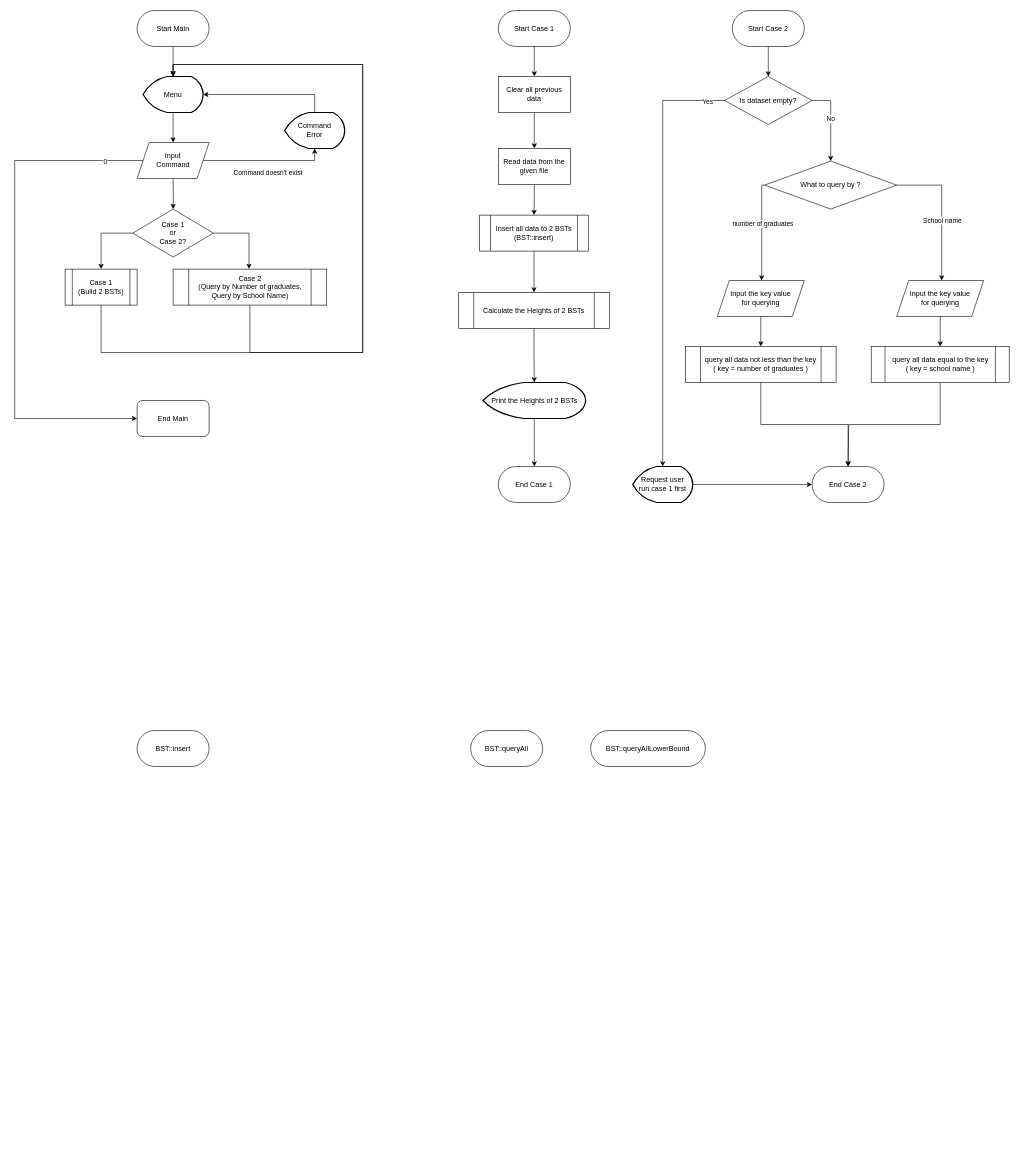
Above: DS1ex4_19_11127137_11127152/DS1ex4流程圖.drawio in ja-errorpro/CYCS_DS (draw.io), before the change. Source tidied: cells renumbered, new cells numbered last; positions are measured from the earlier drawing's top-left corner, leaving out a move shared by most shapes. Both pictures are drawn from the tidied source at 60%, with x=0, y=0 at pixel (14, 10).
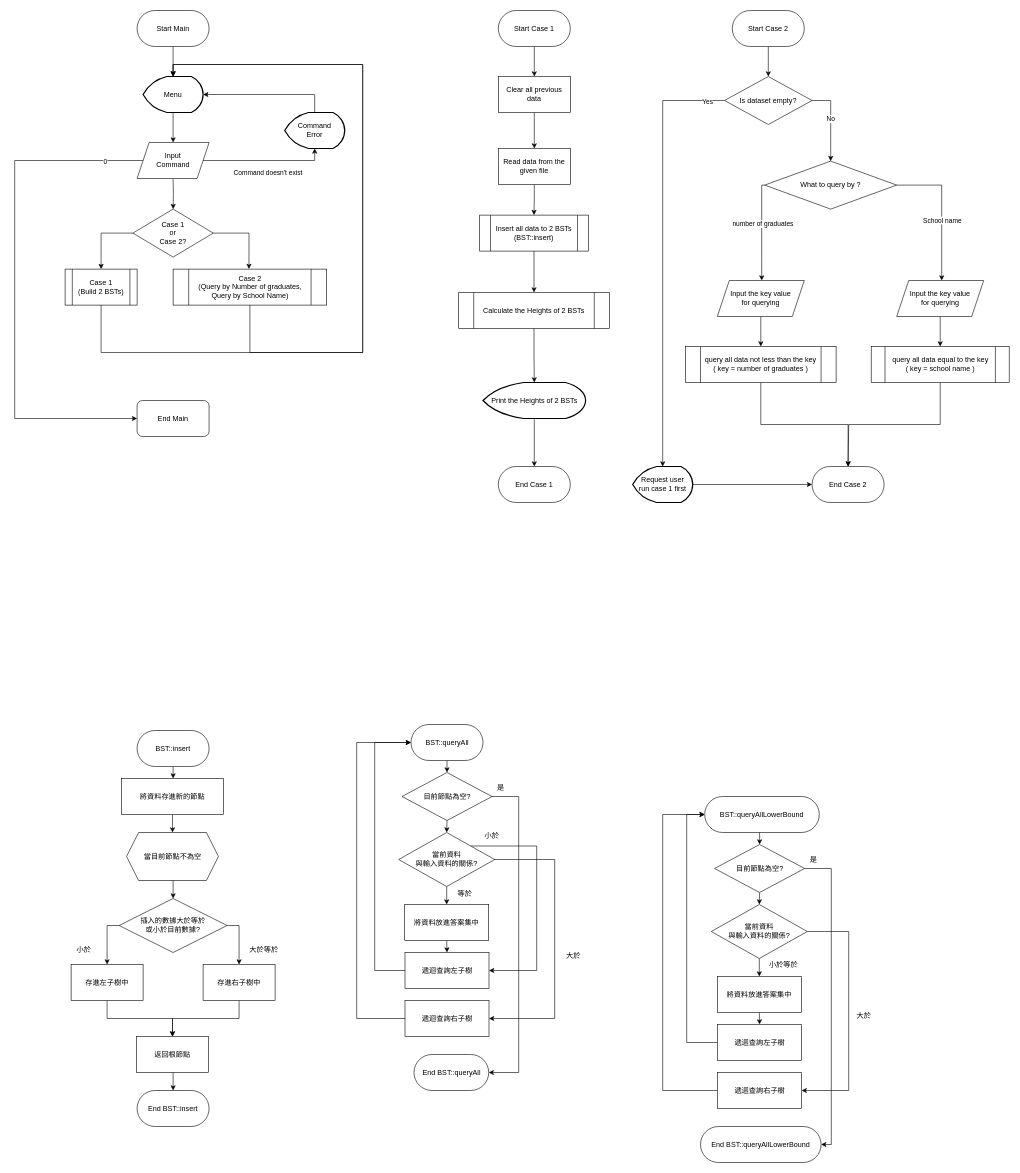
After the change.

Commit message (it also covers changes not shown here):
流程圖新增queryAll and querylowerbound

The change refers to these unchanged cells:
```xml
<mxCell id="35" value="BST::insert" style="rounded=1;whiteSpace=wrap;html=1;arcSize=50;" parent="1" vertex="1">
  <mxGeometry x="204" y="1200" width="120" height="60" as="geometry" />
</mxCell>
```

Change to the diagram source:
```diff
@@
+    <mxCell id="61" style="edgeStyle=orthogonalEdgeStyle;rounded=0;jettySize=auto;html=1;exitX=0.5;exitY=1;exitDx=0;exitDy=0;entryX=0.5;entryY=0;entryDx=0;entryDy=0;" parent="1" edge="1" source="35">
+      <mxGeometry relative="1" as="geometry">
+        <mxPoint x="264" y="1280" as="targetPoint" />
+      </mxGeometry>
+    </mxCell>
@@
+    <mxCell id="62" style="edgeStyle=orthogonalEdgeStyle;rounded=0;jettySize=auto;html=1;exitX=0.5;exitY=1;exitDx=0;exitDy=0;entryX=0.5;entryY=0;entryDx=0;entryDy=0;" parent="1" edge="1" source="36" target="80">
+      <mxGeometry relative="1" as="geometry" />
+    </mxCell>
     <mxCell id="36" value="BST::queryAll" style="rounded=1;whiteSpace=wrap;html=1;arcSize=50;" parent="1" vertex="1">
-      <mxGeometry x="760" y="1200" width="120" height="60" as="geometry" />
+      <mxGeometry x="660.5" y="1190" width="120" height="60" as="geometry" />
     </mxCell>
     <mxCell id="37" value="BST::queryAllLowerBound" style="rounded=1;whiteSpace=wrap;html=1;arcSize=50;" parent="1" vertex="1">
-      <mxGeometry x="960" y="1200" width="191" height="60" as="geometry" />
+      <mxGeometry x="1150" y="1310" width="191" height="60" as="geometry" />
     </mxCell>
@@
+    <mxCell id="63" style="edgeStyle=orthogonalEdgeStyle;rounded=0;jettySize=auto;html=1;exitX=0.5;exitY=1;exitDx=0;exitDy=0;entryX=0.5;entryY=0;entryDx=0;entryDy=0;" parent="1" edge="1" source="64" target="69">
+      <mxGeometry relative="1" as="geometry" />
+    </mxCell>
+    <mxCell id="64" value="將資料存進新的節點" style="rounded=0;whiteSpace=wrap;html=1;" parent="1" vertex="1">
+      <mxGeometry x="178" y="1280" width="170" height="60" as="geometry" />
+    </mxCell>
+    <mxCell id="65" style="edgeStyle=orthogonalEdgeStyle;rounded=0;jettySize=auto;html=1;exitX=0;exitY=0.5;exitDx=0;exitDy=0;entryX=0.5;entryY=0;entryDx=0;entryDy=0;" parent="1" edge="1" source="67" target="71">
+      <mxGeometry relative="1" as="geometry" />
+    </mxCell>
+    <mxCell id="66" style="edgeStyle=orthogonalEdgeStyle;rounded=0;jettySize=auto;html=1;exitX=1;exitY=0.5;exitDx=0;exitDy=0;" parent="1" edge="1" source="67" target="73">
+      <mxGeometry relative="1" as="geometry" />
+    </mxCell>
+    <mxCell id="67" value="插入的數據大於等於&lt;br&gt;或小於目前數據?" style="rhombus;whiteSpace=wrap;html=1;" parent="1" vertex="1">
+      <mxGeometry x="174" y="1480" width="180" height="90" as="geometry" />
+    </mxCell>
+    <mxCell id="68" style="edgeStyle=orthogonalEdgeStyle;rounded=0;jettySize=auto;html=1;exitX=0.5;exitY=1;exitDx=0;exitDy=0;entryX=0.5;entryY=0;entryDx=0;entryDy=0;" parent="1" edge="1" source="69" target="67">
+      <mxGeometry relative="1" as="geometry" />
+    </mxCell>
+    <mxCell id="69" value="當目前節點不為空" style="shape=hexagon;perimeter=hexagonPerimeter2;whiteSpace=wrap;html=1;fixedSize=1;" parent="1" vertex="1">
+      <mxGeometry x="186.5" y="1370" width="153" height="80" as="geometry" />
+    </mxCell>
+    <mxCell id="70" style="edgeStyle=orthogonalEdgeStyle;rounded=0;jettySize=auto;html=1;exitX=0.5;exitY=1;exitDx=0;exitDy=0;" parent="1" edge="1" source="71" target="77">
+      <mxGeometry relative="1" as="geometry">
+        <Array as="points">
+          <mxPoint x="154" y="1680" />
+          <mxPoint x="263" y="1680" />
+        </Array>
+      </mxGeometry>
+    </mxCell>
+    <mxCell id="71" value="存進左子樹中" style="whiteSpace=wrap;html=1;" parent="1" vertex="1">
+      <mxGeometry x="94" y="1590" width="120" height="60" as="geometry" />
+    </mxCell>
+    <mxCell id="72" style="edgeStyle=orthogonalEdgeStyle;rounded=0;jettySize=auto;html=1;exitX=0.5;exitY=1;exitDx=0;exitDy=0;entryX=0.5;entryY=0;entryDx=0;entryDy=0;" parent="1" edge="1" source="73" target="77">
+      <mxGeometry relative="1" as="geometry">
+        <Array as="points">
+          <mxPoint x="374" y="1680" />
+          <mxPoint x="263" y="1680" />
+        </Array>
+      </mxGeometry>
+    </mxCell>
+    <mxCell id="73" value="存進右子樹中" style="whiteSpace=wrap;html=1;" parent="1" vertex="1">
+      <mxGeometry x="314" y="1590" width="120" height="60" as="geometry" />
+    </mxCell>
+    <mxCell id="74" value="大於等於" style="text;html=1;align=center;verticalAlign=middle;strokeColor=none;fillColor=none;" parent="1" vertex="1">
+      <mxGeometry x="380" y="1550" width="70" height="30" as="geometry" />
+    </mxCell>
+    <mxCell id="75" value="小於" style="text;html=1;align=center;verticalAlign=middle;strokeColor=none;fillColor=none;" parent="1" vertex="1">
+      <mxGeometry x="90" y="1550" width="50" height="30" as="geometry" />
+    </mxCell>
+    <mxCell id="76" style="edgeStyle=orthogonalEdgeStyle;rounded=0;jettySize=auto;html=1;exitX=0.5;exitY=1;exitDx=0;exitDy=0;entryX=0.5;entryY=0;entryDx=0;entryDy=0;" parent="1" edge="1" source="77">
+      <mxGeometry relative="1" as="geometry">
+        <mxPoint x="264" y="1800" as="targetPoint" />
+      </mxGeometry>
+    </mxCell>
+    <mxCell id="77" value="返回根節點" style="whiteSpace=wrap;html=1;" parent="1" vertex="1">
+      <mxGeometry x="203" y="1710" width="120" height="60" as="geometry" />
+    </mxCell>
+    <mxCell id="78" style="edgeStyle=orthogonalEdgeStyle;rounded=0;jettySize=auto;html=1;exitX=0.5;exitY=1;exitDx=0;exitDy=0;entryX=0.5;entryY=0;entryDx=0;entryDy=0;" parent="1" edge="1" source="80" target="87">
+      <mxGeometry relative="1" as="geometry" />
+    </mxCell>
+    <mxCell id="79" style="edgeStyle=orthogonalEdgeStyle;rounded=0;jettySize=auto;html=1;exitX=1;exitY=0.5;exitDx=0;exitDy=0;entryX=1;entryY=0.5;entryDx=0;entryDy=0;" parent="1" edge="1" source="80" target="82">
+      <mxGeometry relative="1" as="geometry">
+        <Array as="points">
+          <mxPoint x="840" y="1310" />
+          <mxPoint x="840" y="1770" />
+        </Array>
+      </mxGeometry>
+    </mxCell>
+    <mxCell id="80" value="目前節點為空?" style="rhombus;whiteSpace=wrap;html=1;" parent="1" vertex="1">
+      <mxGeometry x="645.5" y="1270" width="150" height="80" as="geometry" />
+    </mxCell>
+    <mxCell id="81" value="End BST::insert" style="rounded=1;whiteSpace=wrap;html=1;arcSize=50;" parent="1" vertex="1">
+      <mxGeometry x="204" y="1800" width="120" height="60" as="geometry" />
+    </mxCell>
+    <mxCell id="82" value="End BST::queryAll" style="rounded=1;whiteSpace=wrap;html=1;arcSize=50;" parent="1" vertex="1">
+      <mxGeometry x="665.5" y="1740" width="124.5" height="60" as="geometry" />
+    </mxCell>
+    <mxCell id="83" value="是" style="text;html=1;align=center;verticalAlign=middle;strokeColor=none;fillColor=none;" parent="1" vertex="1">
+      <mxGeometry x="790" y="1280" width="40" height="30" as="geometry" />
+    </mxCell>
+    <mxCell id="84" style="edgeStyle=orthogonalEdgeStyle;rounded=0;jettySize=auto;html=1;exitX=0.5;exitY=1;exitDx=0;exitDy=0;entryX=0.5;entryY=0;entryDx=0;entryDy=0;" parent="1" edge="1" source="87" target="89">
+      <mxGeometry relative="1" as="geometry" />
+    </mxCell>
+    <mxCell id="85" style="edgeStyle=orthogonalEdgeStyle;rounded=0;jettySize=auto;html=1;exitX=1;exitY=0;exitDx=0;exitDy=0;entryX=1;entryY=0.5;entryDx=0;entryDy=0;" parent="1" edge="1" source="87" target="92">
+      <mxGeometry relative="1" as="geometry">
+        <Array as="points">
+          <mxPoint x="870" y="1392" />
+          <mxPoint x="870" y="1600" />
+        </Array>
+      </mxGeometry>
+    </mxCell>
+    <mxCell id="86" style="edgeStyle=orthogonalEdgeStyle;rounded=0;jettySize=auto;html=1;exitX=1;exitY=1;exitDx=0;exitDy=0;entryX=1;entryY=0.5;entryDx=0;entryDy=0;" parent="1" edge="1" source="87" target="94">
+      <mxGeometry relative="1" as="geometry">
+        <Array as="points">
+          <mxPoint x="760" y="1415" />
+          <mxPoint x="900" y="1415" />
+          <mxPoint x="900" y="1680" />
+        </Array>
+      </mxGeometry>
+    </mxCell>
+    <mxCell id="87" value="當前資料&lt;br&gt;與輸入資料的關係?" style="rhombus;whiteSpace=wrap;html=1;" parent="1" vertex="1">
+      <mxGeometry x="640" y="1370" width="160" height="90" as="geometry" />
+    </mxCell>
+    <mxCell id="88" style="edgeStyle=orthogonalEdgeStyle;rounded=0;jettySize=auto;html=1;exitX=0.5;exitY=1;exitDx=0;exitDy=0;entryX=0.5;entryY=0;entryDx=0;entryDy=0;" parent="1" edge="1" source="89" target="92">
+      <mxGeometry relative="1" as="geometry" />
+    </mxCell>
+    <mxCell id="89" value="將資料放進答案集中" style="rounded=0;whiteSpace=wrap;html=1;" parent="1" vertex="1">
+      <mxGeometry x="650" y="1490" width="140" height="60" as="geometry" />
+    </mxCell>
+    <mxCell id="90" value="等於" style="text;html=1;align=center;verticalAlign=middle;strokeColor=none;fillColor=none;" parent="1" vertex="1">
+      <mxGeometry x="725" y="1457" width="50" height="30" as="geometry" />
+    </mxCell>
+    <mxCell id="91" style="edgeStyle=orthogonalEdgeStyle;rounded=0;jettySize=auto;html=1;exitX=0;exitY=0.5;exitDx=0;exitDy=0;entryX=0;entryY=0.5;entryDx=0;entryDy=0;" parent="1" edge="1" source="92" target="36">
+      <mxGeometry relative="1" as="geometry">
+        <Array as="points">
+          <mxPoint x="600" y="1600" />
+          <mxPoint x="600" y="1220" />
+        </Array>
+      </mxGeometry>
+    </mxCell>
+    <mxCell id="92" value="遞迴查詢左子樹" style="rounded=0;whiteSpace=wrap;html=1;" parent="1" vertex="1">
+      <mxGeometry x="650.5" y="1570" width="140" height="60" as="geometry" />
+    </mxCell>
+    <mxCell id="93" style="edgeStyle=orthogonalEdgeStyle;rounded=0;jettySize=auto;html=1;exitX=0;exitY=0.5;exitDx=0;exitDy=0;entryX=0;entryY=0.5;entryDx=0;entryDy=0;" parent="1" edge="1" source="94" target="36">
+      <mxGeometry relative="1" as="geometry">
+        <Array as="points">
+          <mxPoint x="570" y="1680" />
+          <mxPoint x="570" y="1220" />
+        </Array>
+      </mxGeometry>
+    </mxCell>
+    <mxCell id="94" value="遞迴查詢右子樹" style="rounded=0;whiteSpace=wrap;html=1;" parent="1" vertex="1">
+      <mxGeometry x="650.5" y="1650" width="140" height="60" as="geometry" />
+    </mxCell>
+    <mxCell id="95" value="小於" style="text;html=1;align=center;verticalAlign=middle;strokeColor=none;fillColor=none;" parent="1" vertex="1">
+      <mxGeometry x="770" y="1360" width="50" height="30" as="geometry" />
+    </mxCell>
+    <mxCell id="96" value="大於" style="text;html=1;align=center;verticalAlign=middle;strokeColor=none;fillColor=none;" parent="1" vertex="1">
+      <mxGeometry x="906" y="1560" width="50" height="30" as="geometry" />
+    </mxCell>
+    <mxCell id="97" style="edgeStyle=orthogonalEdgeStyle;rounded=0;jettySize=auto;html=1;exitX=0.5;exitY=1;exitDx=0;exitDy=0;entryX=0.5;entryY=0;entryDx=0;entryDy=0;" parent="1" edge="1" target="100">
+      <mxGeometry relative="1" as="geometry">
+        <mxPoint x="1241.5" y="1370" as="sourcePoint" />
+      </mxGeometry>
+    </mxCell>
+    <mxCell id="98" style="edgeStyle=orthogonalEdgeStyle;rounded=0;jettySize=auto;html=1;exitX=0.5;exitY=1;exitDx=0;exitDy=0;entryX=0.5;entryY=0;entryDx=0;entryDy=0;" parent="1" edge="1" source="100" target="105">
+      <mxGeometry relative="1" as="geometry" />
+    </mxCell>
+    <mxCell id="99" style="edgeStyle=orthogonalEdgeStyle;rounded=0;jettySize=auto;html=1;exitX=1;exitY=0.5;exitDx=0;exitDy=0;entryX=1;entryY=0.5;entryDx=0;entryDy=0;" parent="1" edge="1" source="100" target="101">
+      <mxGeometry relative="1" as="geometry">
+        <Array as="points">
+          <mxPoint x="1361" y="1430" />
+          <mxPoint x="1361" y="1890" />
+        </Array>
+      </mxGeometry>
+    </mxCell>
+    <mxCell id="100" value="目前節點為空?" style="rhombus;whiteSpace=wrap;html=1;" parent="1" vertex="1">
+      <mxGeometry x="1166.5" y="1390" width="150" height="80" as="geometry" />
+    </mxCell>
+    <mxCell id="101" value="End BST::queryAllLowerBound" style="rounded=1;whiteSpace=wrap;html=1;arcSize=50;" parent="1" vertex="1">
+      <mxGeometry x="1143" y="1860" width="201" height="60" as="geometry" />
+    </mxCell>
+    <mxCell id="102" value="是" style="text;html=1;align=center;verticalAlign=middle;strokeColor=none;fillColor=none;" parent="1" vertex="1">
+      <mxGeometry x="1311" y="1400" width="40" height="30" as="geometry" />
+    </mxCell>
+    <mxCell id="103" style="edgeStyle=orthogonalEdgeStyle;rounded=0;jettySize=auto;html=1;exitX=0.5;exitY=1;exitDx=0;exitDy=0;entryX=0.5;entryY=0;entryDx=0;entryDy=0;" parent="1" edge="1" source="105" target="107">
+      <mxGeometry relative="1" as="geometry" />
+    </mxCell>
+    <mxCell id="104" style="edgeStyle=orthogonalEdgeStyle;rounded=0;jettySize=auto;html=1;exitX=1;exitY=0.5;exitDx=0;exitDy=0;entryX=1;entryY=0.5;entryDx=0;entryDy=0;" parent="1" edge="1" source="105" target="112">
+      <mxGeometry relative="1" as="geometry">
+        <Array as="points">
+          <mxPoint x="1390" y="1535" />
+          <mxPoint x="1390" y="1800" />
+        </Array>
+      </mxGeometry>
+    </mxCell>
+    <mxCell id="105" value="當前資料&lt;br&gt;與輸入資料的關係?" style="rhombus;whiteSpace=wrap;html=1;" parent="1" vertex="1">
+      <mxGeometry x="1161" y="1490" width="160" height="90" as="geometry" />
+    </mxCell>
+    <mxCell id="106" style="edgeStyle=orthogonalEdgeStyle;rounded=0;jettySize=auto;html=1;exitX=0.5;exitY=1;exitDx=0;exitDy=0;entryX=0.5;entryY=0;entryDx=0;entryDy=0;" parent="1" edge="1" source="107" target="110">
+      <mxGeometry relative="1" as="geometry" />
+    </mxCell>
+    <mxCell id="107" value="將資料放進答案集中" style="rounded=0;whiteSpace=wrap;html=1;" parent="1" vertex="1">
+      <mxGeometry x="1171" y="1610" width="140" height="60" as="geometry" />
+    </mxCell>
+    <mxCell id="108" value="小於等於" style="text;html=1;align=center;verticalAlign=middle;strokeColor=none;fillColor=none;" parent="1" vertex="1">
+      <mxGeometry x="1246" y="1576" width="70" height="30" as="geometry" />
+    </mxCell>
+    <mxCell id="109" style="edgeStyle=orthogonalEdgeStyle;rounded=0;jettySize=auto;html=1;exitX=0;exitY=0.5;exitDx=0;exitDy=0;entryX=0;entryY=0.5;entryDx=0;entryDy=0;" parent="1" edge="1" source="110" target="37">
+      <mxGeometry relative="1" as="geometry">
+        <Array as="points">
+          <mxPoint x="1120" y="1720" />
+          <mxPoint x="1120" y="1340" />
+        </Array>
+      </mxGeometry>
+    </mxCell>
+    <mxCell id="110" value="遞迴查詢左子樹" style="rounded=0;whiteSpace=wrap;html=1;" parent="1" vertex="1">
+      <mxGeometry x="1171.5" y="1690" width="140" height="60" as="geometry" />
+    </mxCell>
+    <mxCell id="111" style="edgeStyle=orthogonalEdgeStyle;rounded=0;jettySize=auto;html=1;exitX=0;exitY=0.5;exitDx=0;exitDy=0;" parent="1" edge="1" source="112">
+      <mxGeometry relative="1" as="geometry">
+        <mxPoint x="1150" y="1340" as="targetPoint" />
+        <Array as="points">
+          <mxPoint x="1080" y="1800" />
+          <mxPoint x="1080" y="1340" />
+        </Array>
+      </mxGeometry>
+    </mxCell>
+    <mxCell id="112" value="遞迴查詢右子樹" style="rounded=0;whiteSpace=wrap;html=1;" parent="1" vertex="1">
+      <mxGeometry x="1171.5" y="1770" width="140" height="60" as="geometry" />
+    </mxCell>
+    <mxCell id="113" value="大於" style="text;html=1;align=center;verticalAlign=middle;strokeColor=none;fillColor=none;" parent="1" vertex="1">
+      <mxGeometry x="1390" y="1660" width="50" height="30" as="geometry" />
+    </mxCell>
```
